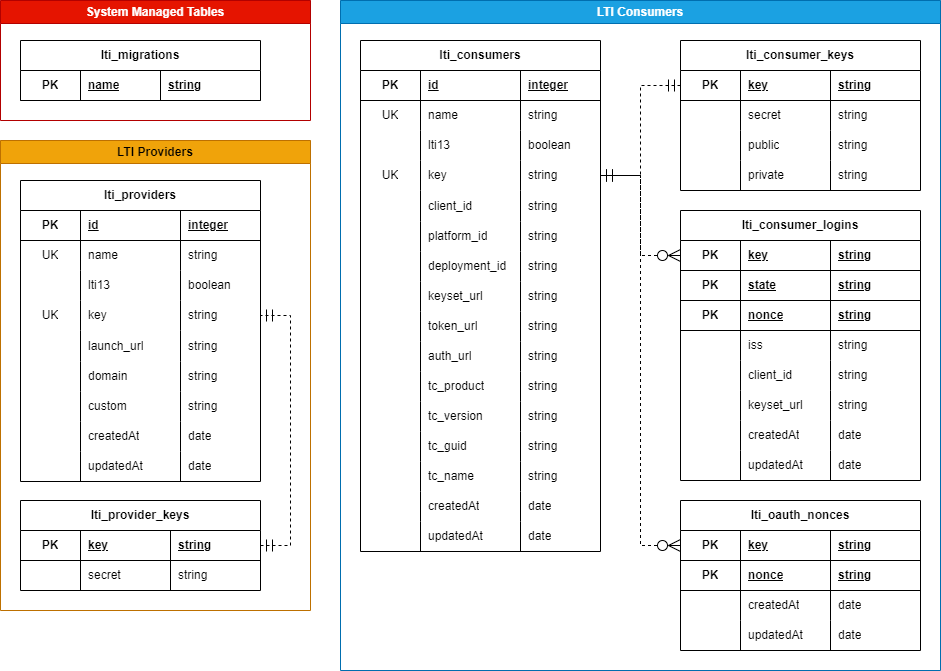
Earlier version of the draw.io export docs/content/00-general/01-database/images/database.png (alt-cs-lab/lti-toolkit). Source tidied: cells renumbered, new cells last; positions are measured from the earlier drawing's top-left corner, leaving out a move shared by most shapes.
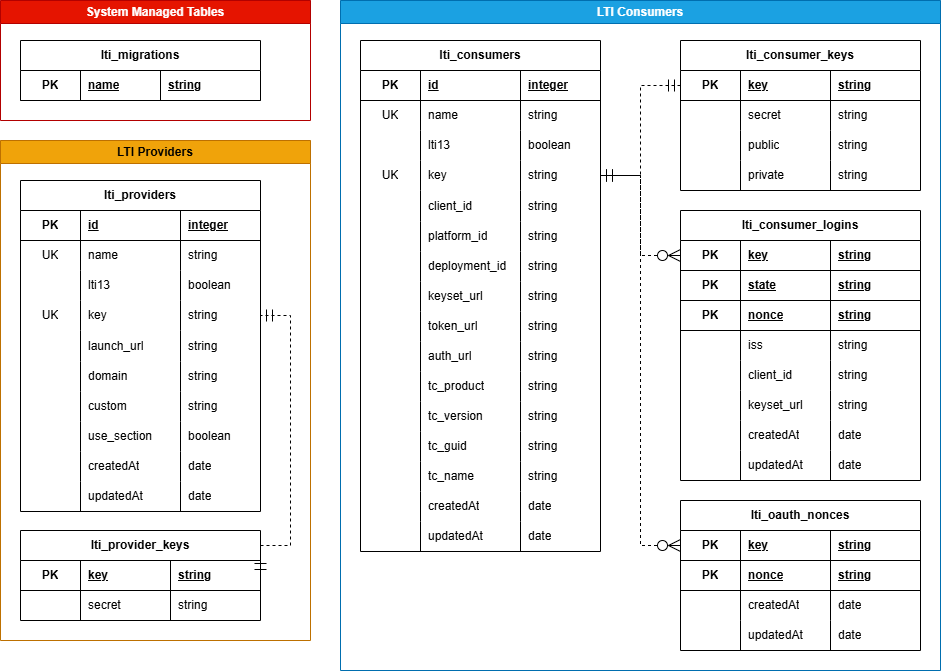
The same file after the commit.

Change to the diagram source:
```diff
@@ -429,10 +429,10 @@
       <mxGeometry relative="1" as="geometry" />
     </mxCell>
     <mxCell id="144" value="LTI Providers" style="swimlane;whiteSpace=wrap;html=1;fillColor=#f0a30a;fontColor=#000000;strokeColor=#BD7000;" parent="1" vertex="1">
-      <mxGeometry y="140" width="310" height="470" as="geometry" />
+      <mxGeometry y="140" width="310" height="500" as="geometry" />
     </mxCell>
     <mxCell id="145" value="lti_providers" style="shape=table;startSize=30;rowLines=0;fontStyle=1;align=center;html=1;whiteSpace=wrap;" parent="144" vertex="1">
-      <mxGeometry x="20" y="40" width="240" height="301" as="geometry" />
+      <mxGeometry x="20" y="40" width="240" height="331" as="geometry" />
     </mxCell>
     <mxCell id="146" style="shape=tableRow;horizontal=0;startSize=0;swimlaneHead=0;swimlaneBody=0;fillColor=none;top=0;left=0;right=0;bottom=1;html=1;" parent="145" vertex="1">
       <mxGeometry y="30" width="240" height="30" as="geometry" />
@@ -518,8 +518,20 @@
     <mxCell id="173" value="string" style="shape=partialRectangle;fillColor=none;top=0;left=0;bottom=0;right=0;align=left;spacingLeft=6;overflow=hidden;html=1;whiteSpace=wrap;" parent="170" vertex="1">
       <mxGeometry x="160" width="80" height="30" as="geometry" />
     </mxCell>
+    <mxCell id="192" style="shape=tableRow;horizontal=0;startSize=0;swimlaneHead=0;swimlaneBody=0;fillColor=none;top=0;left=0;right=0;bottom=0;html=1;" parent="145" vertex="1">
+      <mxGeometry y="241" width="240" height="30" as="geometry" />
+    </mxCell>
+    <mxCell id="193" style="shape=partialRectangle;fillColor=none;top=0;left=0;bottom=0;right=0;overflow=hidden;html=1;whiteSpace=wrap;" parent="192" vertex="1">
+      <mxGeometry width="60" height="30" as="geometry" />
+    </mxCell>
+    <mxCell id="194" value="use_section" style="shape=partialRectangle;fillColor=none;top=0;left=0;bottom=0;right=0;align=left;spacingLeft=6;overflow=hidden;html=1;whiteSpace=wrap;" parent="192" vertex="1">
+      <mxGeometry x="60" width="100" height="30" as="geometry" />
+    </mxCell>
+    <mxCell id="195" value="boolean" style="shape=partialRectangle;fillColor=none;top=0;left=0;bottom=0;right=0;align=left;spacingLeft=6;overflow=hidden;html=1;whiteSpace=wrap;" parent="192" vertex="1">
+      <mxGeometry x="160" width="80" height="30" as="geometry" />
+    </mxCell>
     <mxCell id="174" style="shape=tableRow;horizontal=0;startSize=0;swimlaneHead=0;swimlaneBody=0;fillColor=none;top=0;left=0;right=0;bottom=0;html=1;" parent="145" vertex="1">
-      <mxGeometry y="241" width="240" height="30" as="geometry" />
+      <mxGeometry y="271" width="240" height="30" as="geometry" />
     </mxCell>
     <mxCell id="175" style="shape=partialRectangle;fillColor=none;top=0;left=0;bottom=0;right=0;overflow=hidden;html=1;whiteSpace=wrap;" parent="174" vertex="1">
       <mxGeometry width="60" height="30" as="geometry" />
@@ -531,7 +543,7 @@
       <mxGeometry x="160" width="80" height="30" as="geometry" />
     </mxCell>
     <mxCell id="178" style="shape=tableRow;horizontal=0;startSize=0;swimlaneHead=0;swimlaneBody=0;fillColor=none;top=0;left=0;right=0;bottom=0;html=1;" parent="145" vertex="1">
-      <mxGeometry y="271" width="240" height="30" as="geometry" />
+      <mxGeometry y="301" width="240" height="30" as="geometry" />
     </mxCell>
     <mxCell id="179" style="shape=partialRectangle;fillColor=none;top=0;left=0;bottom=0;right=0;overflow=hidden;html=1;whiteSpace=wrap;" parent="178" vertex="1">
       <mxGeometry width="60" height="30" as="geometry" />
@@ -543,7 +555,7 @@
       <mxGeometry x="160" width="80" height="30" as="geometry" />
     </mxCell>
     <mxCell id="182" value="lti_provider_keys" style="shape=table;startSize=30;rowLines=0;fontStyle=1;align=center;html=1;whiteSpace=wrap;" parent="144" vertex="1">
-      <mxGeometry x="20" y="360" width="240" height="90" as="geometry" />
+      <mxGeometry x="20" y="390" width="240" height="90" as="geometry" />
     </mxCell>
     <mxCell id="183" style="shape=tableRow;horizontal=0;startSize=0;swimlaneHead=0;swimlaneBody=0;fillColor=none;points=[[0,0.5],[1,0.5]];portConstraint=eastwest;top=0;left=0;right=0;bottom=1;html=1;" parent="182" vertex="1">
       <mxGeometry y="30" width="240" height="30" as="geometry" />
```
